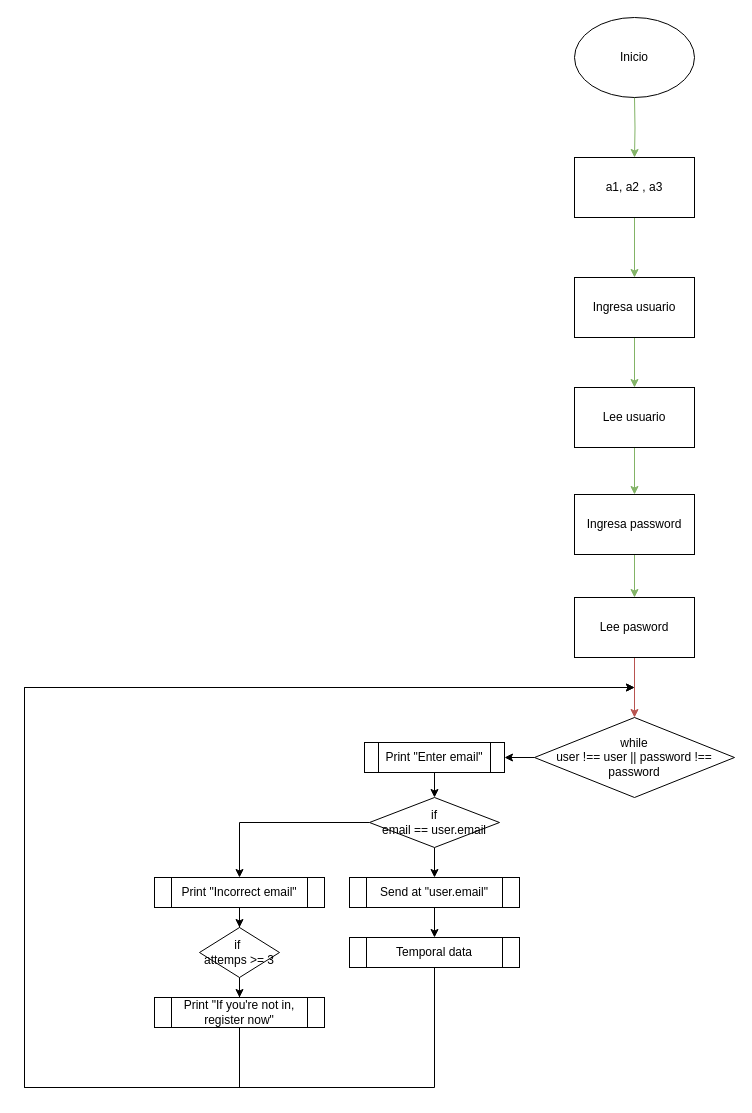
Above: Diagrama sin título.drawio in VictorJ-Ch/Cafeteria-Menu (draw.io), before the change. Source tidied: cells renumbered, new cells numbered last; positions are measured from the earlier drawing's top-left corner, leaving out a move shared by most shapes. Both pictures are drawn from the tidied source at 100%, with x=0, y=0 at pixel (24, 17).
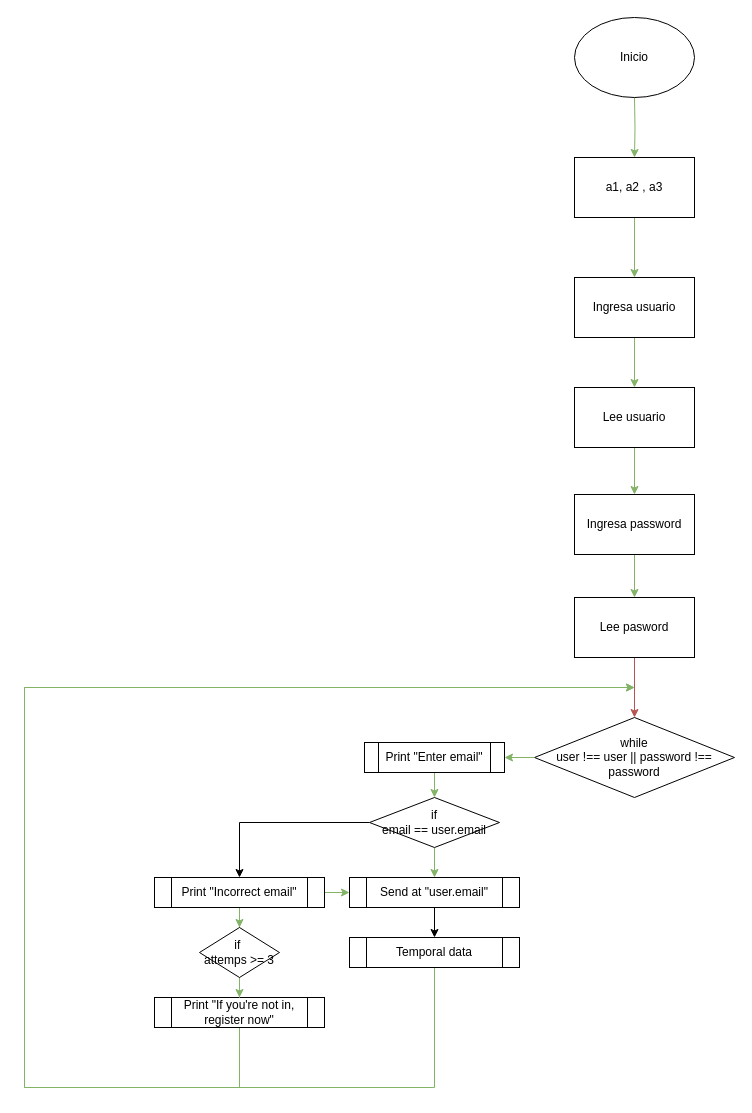
Above is the later version.

The change refers to these unchanged cells:
```xml
<mxCell id="13" value="while&lt;br&gt;user !== user || password !== password" style="rhombus;whiteSpace=wrap;html=1;" parent="1" vertex="1">
  <mxGeometry x="510" y="700" width="200" height="80" as="geometry" />
</mxCell>
<mxCell id="15" value="Print &quot;Enter email&quot;" style="shape=process;whiteSpace=wrap;html=1;backgroundOutline=1;" parent="1" vertex="1">
  <mxGeometry x="340" y="725" width="140" height="30" as="geometry" />
</mxCell>
<mxCell id="18" value="if&lt;br&gt;email == user.email" style="rhombus;whiteSpace=wrap;html=1;" parent="1" vertex="1">
  <mxGeometry x="345" y="780" width="130" height="50" as="geometry" />
</mxCell>
<mxCell id="20" value="Print &quot;Incorrect email&quot;" style="shape=process;whiteSpace=wrap;html=1;backgroundOutline=1;" parent="1" vertex="1">
  <mxGeometry x="130" y="860" width="170" height="30" as="geometry" />
</mxCell>
<mxCell id="24" value="Print &quot;If you're not in, register now&quot;" style="shape=process;whiteSpace=wrap;html=1;backgroundOutline=1;" parent="1" vertex="1">
  <mxGeometry x="130" y="980" width="170" height="30" as="geometry" />
</mxCell>
<mxCell id="26" value="if&amp;nbsp;&lt;br&gt;attemps &amp;gt;= 3" style="rhombus;whiteSpace=wrap;html=1;" parent="1" vertex="1">
  <mxGeometry x="175" y="910" width="80" height="50" as="geometry" />
</mxCell>
<mxCell id="28" value="Send at &quot;user.email&quot;" style="shape=process;whiteSpace=wrap;html=1;backgroundOutline=1;" parent="1" vertex="1">
  <mxGeometry x="325" y="860" width="170" height="30" as="geometry" />
</mxCell>
<mxCell id="30" value="Temporal data" style="shape=process;whiteSpace=wrap;html=1;backgroundOutline=1;" parent="1" vertex="1">
  <mxGeometry x="325" y="920" width="170" height="30" as="geometry" />
</mxCell>
```

Diff of the diagram source:
```diff
@@
-    <mxCell id="14" style="edgeStyle=orthogonalEdgeStyle;rounded=0;jettySize=auto;html=1;entryX=0.5;entryY=0;entryDx=0;entryDy=0;" parent="1" edge="1" source="15" target="18">
+    <mxCell id="14" style="edgeStyle=orthogonalEdgeStyle;rounded=0;jettySize=auto;html=1;entryX=0.5;entryY=0;entryDx=0;entryDy=0;fillColor=#d5e8d4;gradientColor=#97d077;strokeColor=#82b366;" parent="1" edge="1" source="15" target="18">
       <mxGeometry relative="1" as="geometry" />
     </mxCell>
@@
-    <mxCell id="17" style="edgeStyle=orthogonalEdgeStyle;rounded=0;jettySize=auto;html=1;" parent="1" edge="1" source="18" target="28">
+    <mxCell id="17" style="edgeStyle=orthogonalEdgeStyle;rounded=0;jettySize=auto;html=1;fillColor=#d5e8d4;gradientColor=#97d077;strokeColor=#82b366;" parent="1" edge="1" source="18" target="28">
       <mxGeometry relative="1" as="geometry" />
     </mxCell>
@@
-    <mxCell id="19" style="edgeStyle=orthogonalEdgeStyle;rounded=0;jettySize=auto;html=1;entryX=0.5;entryY=0;entryDx=0;entryDy=0;" parent="1" edge="1" source="20" target="26">
+    <mxCell id="19" style="edgeStyle=orthogonalEdgeStyle;rounded=0;jettySize=auto;html=1;entryX=0.5;entryY=0;entryDx=0;entryDy=0;fillColor=#d5e8d4;gradientColor=#97d077;strokeColor=#82b366;" parent="1" edge="1" source="20" target="26">
       <mxGeometry relative="1" as="geometry" />
     </mxCell>
+    <mxCell id="31" style="edgeStyle=orthogonalEdgeStyle;rounded=0;jettySize=auto;html=1;fillColor=#d5e8d4;gradientColor=#97d077;strokeColor=#82b366;" parent="1" edge="1" source="20" target="28">
+      <mxGeometry relative="1" as="geometry" />
+    </mxCell>
@@
-    <mxCell id="21" style="edgeStyle=orthogonalEdgeStyle;rounded=0;jettySize=auto;html=1;entryX=1;entryY=0.5;entryDx=0;entryDy=0;" parent="1" edge="1" source="13" target="15">
+    <mxCell id="21" style="edgeStyle=orthogonalEdgeStyle;rounded=0;jettySize=auto;html=1;entryX=1;entryY=0.5;entryDx=0;entryDy=0;fillColor=#d5e8d4;gradientColor=#97d077;strokeColor=#82b366;" parent="1" edge="1" source="13" target="15">
       <mxGeometry relative="1" as="geometry" />
     </mxCell>
-    <mxCell id="22" style="edgeStyle=orthogonalEdgeStyle;rounded=0;jettySize=auto;html=1;exitX=0.5;exitY=1;exitDx=0;exitDy=0;" parent="1" edge="1" source="24">
+    <mxCell id="22" style="edgeStyle=orthogonalEdgeStyle;rounded=0;jettySize=auto;html=1;exitX=0.5;exitY=1;exitDx=0;exitDy=0;fillColor=#d5e8d4;gradientColor=#97d077;strokeColor=#82b366;" parent="1" edge="1" source="24">
       <mxGeometry relative="1" as="geometry">
         <mxPoint x="610" y="670" as="targetPoint" />
         <Array as="points">
           <mxPoint x="215" y="1070" />
           <mxPoint y="1070" />
           <mxPoint y="670" />
         </Array>
       </mxGeometry>
     </mxCell>
@@
-    <mxCell id="25" style="edgeStyle=orthogonalEdgeStyle;rounded=0;jettySize=auto;html=1;entryX=0.5;entryY=0;entryDx=0;entryDy=0;" parent="1" edge="1" source="26" target="24">
+    <mxCell id="25" style="edgeStyle=orthogonalEdgeStyle;rounded=0;jettySize=auto;html=1;entryX=0.5;entryY=0;entryDx=0;entryDy=0;fillColor=#d5e8d4;gradientColor=#97d077;strokeColor=#82b366;" parent="1" edge="1" source="26" target="24">
       <mxGeometry relative="1" as="geometry" />
     </mxCell>
@@
-    <mxCell id="29" style="edgeStyle=orthogonalEdgeStyle;rounded=0;jettySize=auto;html=1;exitX=0.5;exitY=1;exitDx=0;exitDy=0;" parent="1" edge="1" source="30">
+    <mxCell id="29" style="edgeStyle=orthogonalEdgeStyle;rounded=0;jettySize=auto;html=1;exitX=0.5;exitY=1;exitDx=0;exitDy=0;fillColor=#d5e8d4;gradientColor=#97d077;strokeColor=#82b366;" parent="1" edge="1" source="30">
       <mxGeometry relative="1" as="geometry">
         <mxPoint x="610" y="670" as="targetPoint" />
         <Array as="points">
           <mxPoint x="410" y="1070" />
           <mxPoint y="1070" />
           <mxPoint y="670" />
         </Array>
       </mxGeometry>
     </mxCell>
```
